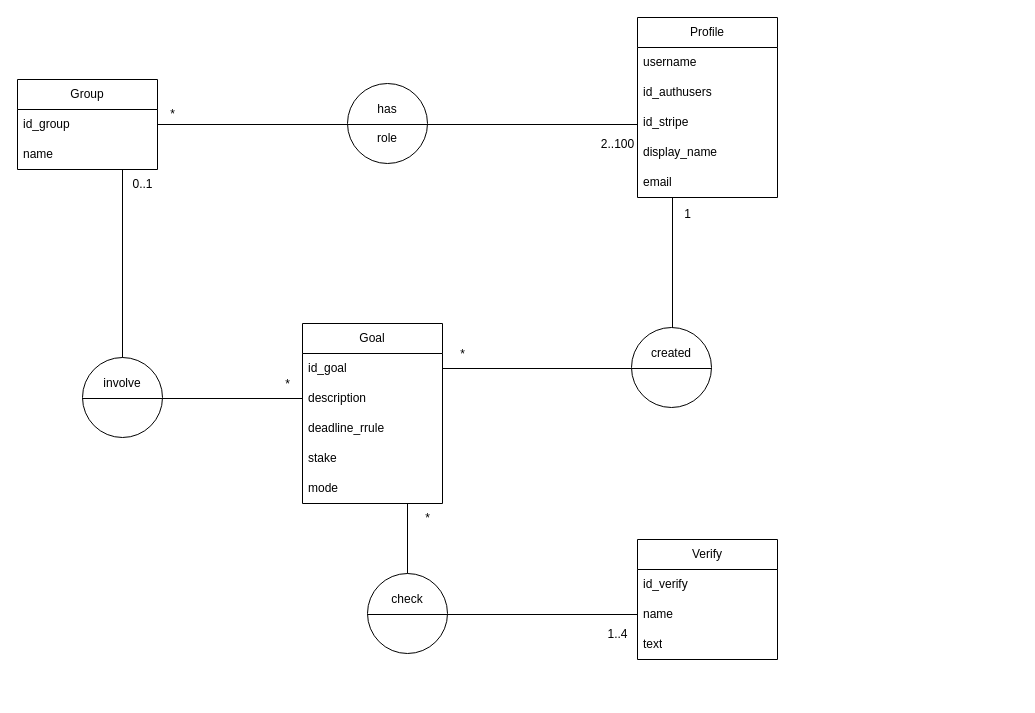
getcommitapp/commit keeps this draw.io diagram as docs/db_mcd.drawio. Above is the earlier version. Source tidied: cells renumbered, new cells numbered last; positions are measured from the earlier drawing's top-left corner, leaving out a move shared by most shapes. Both pictures are drawn from the tidied source at 100%, with x=0, y=0 at pixel (17, 17).
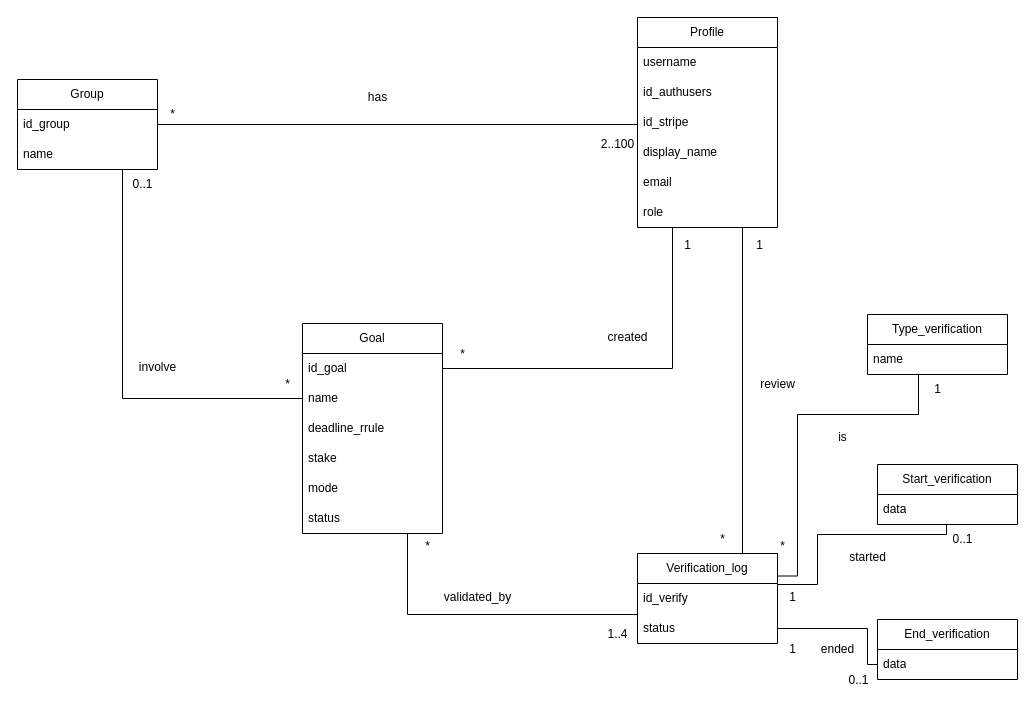
Above is the later version.

What changed in the source:
```diff
@@
-    <mxCell id="2" style="edgeStyle=orthogonalEdgeStyle;rounded=0;jettySize=auto;html=1;exitX=0.75;exitY=1;exitDx=0;exitDy=0;entryX=0;entryY=0.5;entryDx=0;entryDy=0;endArrow=none;startFill=0;" parent="1" edge="1" source="3" target="17">
-      <mxGeometry relative="1" as="geometry" />
+    <mxCell id="2" style="edgeStyle=orthogonalEdgeStyle;rounded=0;jettySize=auto;html=1;exitX=0.75;exitY=1;exitDx=0;exitDy=0;entryX=0;entryY=0.5;entryDx=0;entryDy=0;endArrow=none;startFill=0;" parent="1" edge="1" source="3">
+      <mxGeometry relative="1" as="geometry">
+        <mxPoint x="620" y="597" as="targetPoint" />
+        <Array as="points">
+          <mxPoint x="390" y="597" />
+        </Array>
+      </mxGeometry>
     </mxCell>
     <mxCell id="3" value="Goal" style="swimlane;fontStyle=0;horizontal=1;startSize=30;whiteSpace=wrap;html=1;" parent="1" vertex="1">
-      <mxGeometry x="285" y="306" width="140" height="180" as="geometry" />
+      <mxGeometry x="285" y="306" width="140" height="210" as="geometry" />
     </mxCell>
@@
-    <mxCell id="5" value="description" style="text;strokeColor=none;fillColor=none;align=left;verticalAlign=middle;spacingLeft=4;spacingRight=4;overflow=hidden;points=[[0,0.5],[1,0.5]];portConstraint=eastwest;whiteSpace=wrap;html=1;" parent="3" vertex="1">
+    <mxCell id="5" value="name" style="text;strokeColor=none;fillColor=none;align=left;verticalAlign=middle;spacingLeft=4;spacingRight=4;overflow=hidden;points=[[0,0.5],[1,0.5]];portConstraint=eastwest;whiteSpace=wrap;html=1;" parent="3" vertex="1">
       <mxGeometry y="60" width="140" height="30" as="geometry" />
     </mxCell>
@@
+    <mxCell id="45" value="status" style="text;strokeColor=none;fillColor=none;align=left;verticalAlign=middle;spacingLeft=4;spacingRight=4;overflow=hidden;whiteSpace=wrap;html=1;" parent="3" vertex="1">
+      <mxGeometry y="180" width="140" height="30" as="geometry" />
+    </mxCell>
     <mxCell id="9" value="Profile" style="swimlane;fontStyle=0;horizontal=1;startSize=30;whiteSpace=wrap;html=1;" parent="1" vertex="1">
-      <mxGeometry x="620" width="140" height="180" as="geometry" />
+      <mxGeometry x="620" width="140" height="210" as="geometry" />
     </mxCell>
@@
-    <mxCell id="15" value="Verify" style="swimlane;fontStyle=0;horizontal=1;startSize=30;whiteSpace=wrap;html=1;" parent="1" vertex="1">
-      <mxGeometry x="620" y="522" width="140" height="120" as="geometry" />
-    </mxCell>
-    <mxCell id="16" value="id_verify" style="text;strokeColor=none;fillColor=none;align=left;verticalAlign=middle;spacingLeft=4;spacingRight=4;overflow=hidden;points=[[0,0.5],[1,0.5]];portConstraint=eastwest;whiteSpace=wrap;html=1;" parent="15" vertex="1">
-      <mxGeometry y="30" width="140" height="30" as="geometry" />
-    </mxCell>
-    <mxCell id="17" value="name" style="text;strokeColor=none;fillColor=none;align=left;verticalAlign=middle;spacingLeft=4;spacingRight=4;overflow=hidden;points=[[0,0.5],[1,0.5]];portConstraint=eastwest;whiteSpace=wrap;html=1;" parent="15" vertex="1">
-      <mxGeometry y="60" width="140" height="30" as="geometry" />
-    </mxCell>
-    <mxCell id="18" value="text" style="text;strokeColor=none;fillColor=none;align=left;verticalAlign=middle;spacingLeft=4;spacingRight=4;overflow=hidden;whiteSpace=wrap;html=1;" parent="15" vertex="1">
-      <mxGeometry y="90" width="140" height="30" as="geometry" />
-    </mxCell>
+    <mxCell id="46" value="role" style="text;strokeColor=none;fillColor=none;align=left;verticalAlign=middle;spacingLeft=4;spacingRight=4;overflow=hidden;whiteSpace=wrap;html=1;" parent="9" vertex="1">
+      <mxGeometry y="180" width="140" height="30" as="geometry" />
+    </mxCell>
+    <mxCell id="47" style="edgeStyle=orthogonalEdgeStyle;rounded=0;jettySize=auto;html=1;exitX=1;exitY=0.5;exitDx=0;exitDy=0;entryX=0;entryY=0.5;entryDx=0;entryDy=0;endArrow=none;startFill=0;" parent="1" edge="1" source="57" target="53">
+      <mxGeometry relative="1" as="geometry">
+        <Array as="points">
+          <mxPoint x="850" y="611" />
+          <mxPoint x="850" y="647" />
+        </Array>
+      </mxGeometry>
+    </mxCell>
+    <mxCell id="48" style="edgeStyle=orthogonalEdgeStyle;rounded=0;jettySize=auto;html=1;exitX=1;exitY=0.5;exitDx=0;exitDy=0;entryX=0.493;entryY=1;entryDx=0;entryDy=0;endArrow=none;startFill=0;entryPerimeter=0;" parent="1" edge="1" source="16" target="51">
+      <mxGeometry relative="1" as="geometry">
+        <Array as="points">
+          <mxPoint x="760" y="567" />
+          <mxPoint x="800" y="567" />
+          <mxPoint x="800" y="517" />
+          <mxPoint x="929" y="517" />
+        </Array>
+      </mxGeometry>
+    </mxCell>
@@
-    <mxCell id="24" style="group;" parent="1" vertex="1">
-      <mxGeometry x="330" y="66" width="80" height="80" as="geometry" />
-    </mxCell>
-    <mxCell id="25" value="&lt;div&gt;has&lt;/div&gt;&lt;div&gt;&lt;br&gt;&lt;/div&gt;&lt;div&gt;role&lt;/div&gt;" style="ellipse;whiteSpace=wrap;html=1;" parent="24" vertex="1">
-      <mxGeometry width="80" height="80" as="geometry" />
-    </mxCell>
-    <mxCell id="26" style="line;strokeWidth=1;dashed=0;labelPosition=right;align=left;verticalAlign=middle;spacingTop=0;spacingLeft=6;" parent="24" vertex="1">
-      <mxGeometry y="36" width="80" height="10" as="geometry" />
-    </mxCell>
-    <mxCell id="27" style="group;" parent="1" vertex="1">
-      <mxGeometry x="65" y="340" width="80" height="80" as="geometry" />
-    </mxCell>
-    <mxCell id="28" value="&lt;div&gt;involve&lt;/div&gt;&lt;div&gt;&lt;br&gt;&lt;/div&gt;&lt;div&gt;&lt;br&gt;&lt;/div&gt;" style="ellipse;whiteSpace=wrap;html=1;" parent="27" vertex="1">
-      <mxGeometry width="80" height="80" as="geometry" />
-    </mxCell>
-    <mxCell id="29" style="line;strokeWidth=1;dashed=0;labelPosition=right;align=left;verticalAlign=middle;spacingTop=0;spacingLeft=6;" parent="27" vertex="1">
-      <mxGeometry y="36" width="80" height="10" as="geometry" />
-    </mxCell>
-    <mxCell id="30" style="group;" parent="1" vertex="1">
-      <mxGeometry x="350" y="556" width="80" height="80" as="geometry" />
-    </mxCell>
-    <mxCell id="31" value="&lt;div&gt;check&lt;/div&gt;&lt;div&gt;&lt;br&gt;&lt;/div&gt;&lt;div&gt;&lt;br&gt;&lt;/div&gt;" style="ellipse;whiteSpace=wrap;html=1;" parent="30" vertex="1">
-      <mxGeometry width="80" height="80" as="geometry" />
-    </mxCell>
-    <mxCell id="32" style="line;strokeWidth=1;dashed=0;labelPosition=right;align=left;verticalAlign=middle;spacingTop=0;spacingLeft=6;" parent="30" vertex="1">
-      <mxGeometry y="36" width="80" height="10" as="geometry" />
-    </mxCell>
@@
-    <mxCell id="36" style="group;" parent="1" vertex="1">
-      <mxGeometry x="614" y="310" width="80" height="80" as="geometry" />
-    </mxCell>
-    <mxCell id="37" value="&lt;div&gt;created&lt;/div&gt;&lt;div&gt;&lt;br&gt;&lt;/div&gt;&lt;div&gt;&lt;br&gt;&lt;/div&gt;" style="ellipse;whiteSpace=wrap;html=1;" parent="36" vertex="1">
-      <mxGeometry width="80" height="80" as="geometry" />
-    </mxCell>
-    <mxCell id="38" style="line;strokeWidth=1;dashed=0;labelPosition=right;align=left;verticalAlign=middle;spacingTop=0;spacingLeft=6;" parent="36" vertex="1">
-      <mxGeometry y="36" width="80" height="10" as="geometry" />
-    </mxCell>
@@
     <mxCell id="42" value="&lt;div&gt;*&lt;/div&gt;" style="text;html=1;align=center;verticalAlign=middle;strokeColor=none;fillColor=none;" parent="1" vertex="1">
-      <mxGeometry x="395" y="486" width="30" height="30" as="geometry" />
+      <mxGeometry x="395" y="514" width="30" height="30" as="geometry" />
     </mxCell>
@@
     <mxCell id="44" value="1" style="text;html=1;align=center;verticalAlign=middle;strokeColor=none;fillColor=none;" parent="1" vertex="1">
-      <mxGeometry x="655" y="182" width="30" height="30" as="geometry" />
+      <mxGeometry x="655" y="213" width="30" height="30" as="geometry" />
     </mxCell>
+    <mxCell id="49" value="Type_verification" style="swimlane;fontStyle=0;horizontal=1;startSize=30;whiteSpace=wrap;html=1;" parent="1" vertex="1">
+      <mxGeometry x="850" y="297" width="140" height="60" as="geometry" />
+    </mxCell>
+    <mxCell id="17" value="name" style="text;strokeColor=none;fillColor=none;align=left;verticalAlign=middle;spacingLeft=4;spacingRight=4;overflow=hidden;points=[[0,0.5],[1,0.5]];portConstraint=eastwest;whiteSpace=wrap;html=1;" parent="49" vertex="1">
+      <mxGeometry y="30" width="140" height="30" as="geometry" />
+    </mxCell>
+    <mxCell id="50" value="Start_verification" style="swimlane;fontStyle=0;horizontal=1;startSize=30;whiteSpace=wrap;html=1;" parent="1" vertex="1">
+      <mxGeometry x="860" y="447" width="140" height="60" as="geometry" />
+    </mxCell>
+    <mxCell id="51" value="data" style="text;strokeColor=none;fillColor=none;align=left;verticalAlign=middle;spacingLeft=4;spacingRight=4;overflow=hidden;points=[[0,0.5],[1,0.5]];portConstraint=eastwest;whiteSpace=wrap;html=1;" parent="50" vertex="1">
+      <mxGeometry y="30" width="140" height="30" as="geometry" />
+    </mxCell>
+    <mxCell id="52" value="End_verification" style="swimlane;fontStyle=0;horizontal=1;startSize=30;whiteSpace=wrap;html=1;" parent="1" vertex="1">
+      <mxGeometry x="860" y="602" width="140" height="60" as="geometry" />
+    </mxCell>
+    <mxCell id="53" value="data" style="text;strokeColor=none;fillColor=none;align=left;verticalAlign=middle;spacingLeft=4;spacingRight=4;overflow=hidden;points=[[0,0.5],[1,0.5]];portConstraint=eastwest;whiteSpace=wrap;html=1;" parent="52" vertex="1">
+      <mxGeometry y="30" width="140" height="30" as="geometry" />
+    </mxCell>
+    <mxCell id="54" style="edgeStyle=orthogonalEdgeStyle;rounded=0;jettySize=auto;html=1;exitX=1;exitY=0.25;exitDx=0;exitDy=0;endArrow=none;startFill=0;" parent="1" edge="1" source="56" target="17">
+      <mxGeometry relative="1" as="geometry">
+        <Array as="points">
+          <mxPoint x="780" y="559" />
+          <mxPoint x="780" y="397" />
+          <mxPoint x="901" y="397" />
+        </Array>
+      </mxGeometry>
+    </mxCell>
+    <mxCell id="55" style="edgeStyle=orthogonalEdgeStyle;rounded=0;jettySize=auto;html=1;exitX=0.75;exitY=0;exitDx=0;exitDy=0;entryX=0.75;entryY=1;entryDx=0;entryDy=0;endArrow=none;startFill=0;" parent="1" edge="1" source="56" target="9">
+      <mxGeometry relative="1" as="geometry" />
+    </mxCell>
+    <mxCell id="56" value="Verification_log" style="swimlane;fontStyle=0;horizontal=1;startSize=30;whiteSpace=wrap;html=1;" parent="1" vertex="1">
+      <mxGeometry x="620" y="536" width="140" height="90" as="geometry" />
+    </mxCell>
+    <mxCell id="16" value="id_verify" style="text;strokeColor=none;fillColor=none;align=left;verticalAlign=middle;spacingLeft=4;spacingRight=4;overflow=hidden;points=[[0,0.5],[1,0.5]];portConstraint=eastwest;whiteSpace=wrap;html=1;" parent="56" vertex="1">
+      <mxGeometry y="30" width="140" height="30" as="geometry" />
+    </mxCell>
+    <mxCell id="57" value="status" style="text;strokeColor=none;fillColor=none;align=left;verticalAlign=middle;spacingLeft=4;spacingRight=4;overflow=hidden;points=[[0,0.5],[1,0.5]];portConstraint=eastwest;whiteSpace=wrap;html=1;" parent="56" vertex="1">
+      <mxGeometry y="60" width="140" height="30" as="geometry" />
+    </mxCell>
+    <mxCell id="58" value="&lt;div&gt;validated_by&lt;/div&gt;" style="text;html=1;align=center;verticalAlign=middle;strokeColor=none;fillColor=none;" parent="1" vertex="1">
+      <mxGeometry x="415" y="565" width="90" height="30" as="geometry" />
+    </mxCell>
+    <mxCell id="28" value="&lt;div&gt;involve&lt;/div&gt;" style="text;html=1;align=center;verticalAlign=middle;strokeColor=none;fillColor=none;" parent="1" vertex="1">
+      <mxGeometry x="110" y="335" width="60" height="30" as="geometry" />
+    </mxCell>
+    <mxCell id="37" value="created" style="text;html=1;align=center;verticalAlign=middle;strokeColor=none;fillColor=none;" parent="1" vertex="1">
+      <mxGeometry x="580" y="305" width="60" height="30" as="geometry" />
+    </mxCell>
+    <mxCell id="59" value="is" style="text;html=1;align=center;verticalAlign=middle;strokeColor=none;fillColor=none;" parent="1" vertex="1">
+      <mxGeometry x="810" y="405" width="30" height="30" as="geometry" />
+    </mxCell>
+    <mxCell id="60" value="started" style="text;html=1;align=center;verticalAlign=middle;strokeColor=none;fillColor=none;" parent="1" vertex="1">
+      <mxGeometry x="820" y="525" width="60" height="30" as="geometry" />
+    </mxCell>
+    <mxCell id="61" value="ended" style="text;html=1;align=center;verticalAlign=middle;strokeColor=none;fillColor=none;" parent="1" vertex="1">
+      <mxGeometry x="790" y="617" width="60" height="30" as="geometry" />
+    </mxCell>
+    <mxCell id="62" value="1" style="text;html=1;align=center;verticalAlign=middle;strokeColor=none;fillColor=none;" parent="1" vertex="1">
+      <mxGeometry x="905" y="357" width="30" height="30" as="geometry" />
+    </mxCell>
+    <mxCell id="63" value="*" style="text;html=1;align=center;verticalAlign=middle;strokeColor=none;fillColor=none;" parent="1" vertex="1">
+      <mxGeometry x="750" y="514" width="30" height="30" as="geometry" />
+    </mxCell>
+    <mxCell id="64" value="1" style="text;html=1;align=center;verticalAlign=middle;strokeColor=none;fillColor=none;" parent="1" vertex="1">
+      <mxGeometry x="760" y="565" width="30" height="30" as="geometry" />
+    </mxCell>
+    <mxCell id="65" value="0..1" style="text;html=1;align=center;verticalAlign=middle;strokeColor=none;fillColor=none;" parent="1" vertex="1">
+      <mxGeometry x="925" y="507" width="40" height="30" as="geometry" />
+    </mxCell>
+    <mxCell id="66" value="0..1" style="text;html=1;align=center;verticalAlign=middle;strokeColor=none;fillColor=none;" parent="1" vertex="1">
+      <mxGeometry x="821" y="648" width="40" height="30" as="geometry" />
+    </mxCell>
+    <mxCell id="67" value="1" style="text;html=1;align=center;verticalAlign=middle;strokeColor=none;fillColor=none;" parent="1" vertex="1">
+      <mxGeometry x="760" y="617" width="30" height="30" as="geometry" />
+    </mxCell>
+    <mxCell id="68" value="has" style="text;html=1;align=center;verticalAlign=middle;strokeColor=none;fillColor=none;" parent="1" vertex="1">
+      <mxGeometry x="340" y="65" width="40" height="30" as="geometry" />
+    </mxCell>
+    <mxCell id="69" value="review" style="text;html=1;align=center;verticalAlign=middle;strokeColor=none;fillColor=none;" parent="1" vertex="1">
+      <mxGeometry x="730" y="352" width="60" height="30" as="geometry" />
+    </mxCell>
+    <mxCell id="70" value="*" style="text;html=1;align=center;verticalAlign=middle;strokeColor=none;fillColor=none;" parent="1" vertex="1">
+      <mxGeometry x="690" y="507" width="30" height="30" as="geometry" />
+    </mxCell>
+    <mxCell id="71" value="1" style="text;html=1;align=center;verticalAlign=middle;strokeColor=none;fillColor=none;" parent="1" vertex="1">
+      <mxGeometry x="727" y="213" width="30" height="30" as="geometry" />
+    </mxCell>
```
